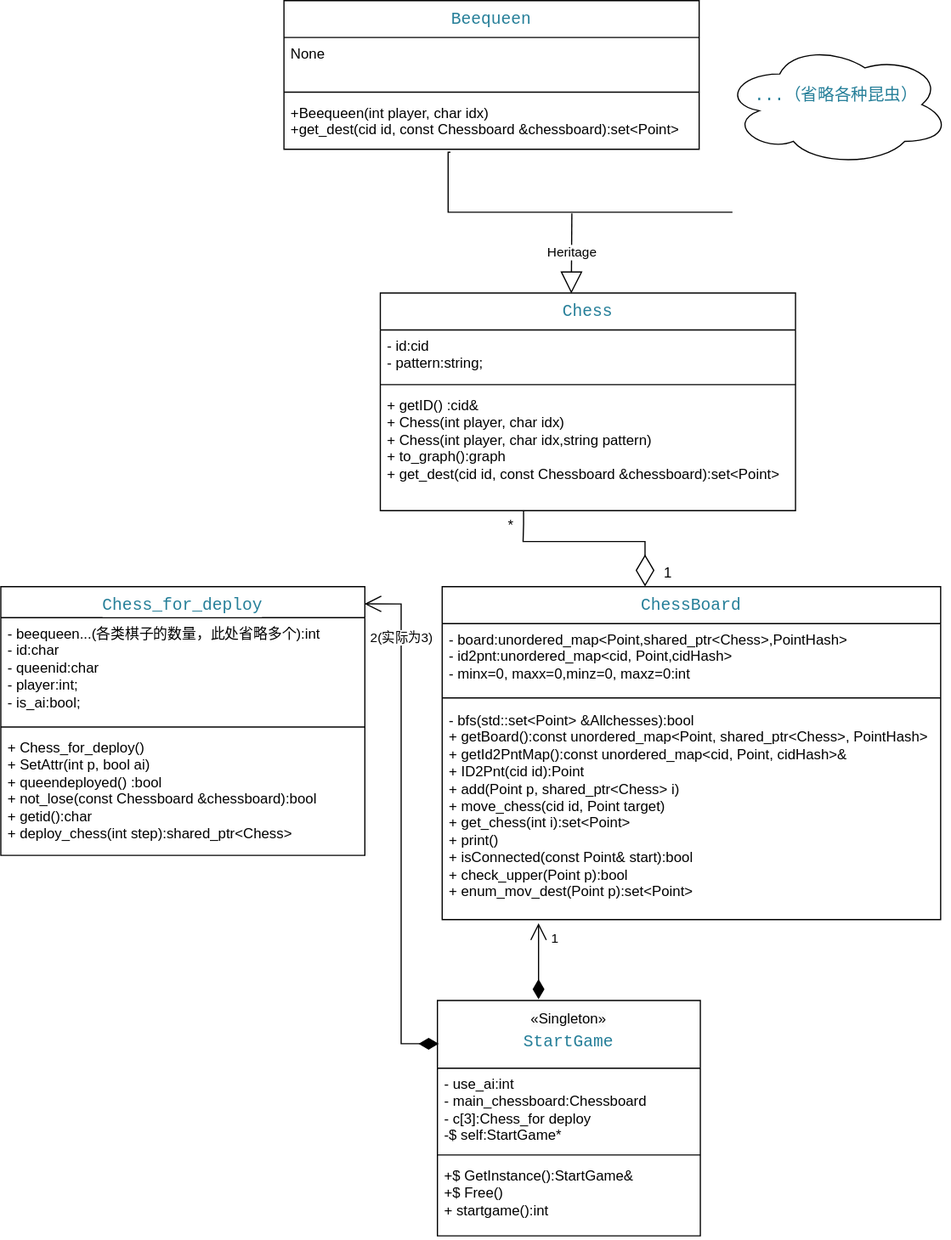
Earlier version of the draw.io export UML.svg (LO02-1112/hivegame). Source tidied: cells renumbered, new cells last; positions are measured from the earlier drawing's top-left corner, leaving out a move shared by most shapes. The source it was exported from:
```xml
<mxGraphModel>
  <root>
    <mxCell id="0" />
    <mxCell id="1" parent="0" />
    <mxCell id="2" value="&lt;div style=&quot;color: #3b3b3b;background-color: #ffffff;font-family: Consolas, 'Courier New', monospace;font-weight: normal;font-size: 14px;line-height: 19px;white-space: pre;&quot;&gt;&lt;span style=&quot;color: rgb(0, 0, 0); font-family: Helvetica; font-size: 12px; white-space: normal; background-color: rgb(251, 251, 251);&quot;&gt;«Singleton»&lt;/span&gt;&lt;span style=&quot;color: #267f99;&quot;&gt;&lt;br&gt;&lt;/span&gt;&lt;/div&gt;&lt;div style=&quot;color: #3b3b3b;background-color: #ffffff;font-family: Consolas, 'Courier New', monospace;font-weight: normal;font-size: 14px;line-height: 19px;white-space: pre;&quot;&gt;&lt;span style=&quot;color: #267f99;&quot;&gt;StartGame&lt;/span&gt;&lt;/div&gt;" style="swimlane;fontStyle=1;align=center;verticalAlign=top;horizontal=1;startSize=57;whiteSpace=wrap;html=1;swimlaneFillColor=none;" parent="1" vertex="1">
      <mxGeometry x="367" y="841" width="221" height="198" as="geometry" />
    </mxCell>
    <mxCell id="3" value="-&amp;nbsp;use_ai:int&lt;div&gt;- main_chessboard:Chessboard&lt;/div&gt;&lt;div&gt;- c[3]:Chess_for deploy&lt;/div&gt;&lt;div&gt;-$ self:StartGame*&lt;/div&gt;" style="text;strokeColor=none;fillColor=none;align=left;verticalAlign=top;spacingLeft=4;spacingRight=4;overflow=hidden;html=1;whiteSpace=wrap;" parent="2" vertex="1">
      <mxGeometry y="57" width="221" height="69" as="geometry" />
    </mxCell>
    <mxCell id="4" style="line;strokeWidth=1;fillColor=none;align=left;verticalAlign=middle;spacingTop=-1;spacingLeft=3;spacingRight=3;labelPosition=right;strokeColor=inherit;" parent="2" vertex="1">
      <mxGeometry y="126" width="221" height="8" as="geometry" />
    </mxCell>
    <mxCell id="5" value="&lt;div&gt;+$ GetInstance():&lt;span style=&quot;background-color: initial;&quot;&gt;StartGame&amp;amp;&lt;/span&gt;&lt;/div&gt;&lt;div&gt;+$ Free()&lt;/div&gt;&lt;div&gt;&lt;span style=&quot;background-color: initial;&quot;&gt;+ startgame():int&lt;/span&gt;&lt;/div&gt;" style="text;strokeColor=none;fillColor=none;align=left;verticalAlign=top;spacingLeft=4;spacingRight=4;overflow=hidden;whiteSpace=wrap;html=1;" parent="2" vertex="1">
      <mxGeometry y="134" width="221" height="64" as="geometry" />
    </mxCell>
    <mxCell id="6" value="&lt;div style=&quot;color: #3b3b3b;background-color: #ffffff;font-family: Consolas, 'Courier New', monospace;font-weight: normal;font-size: 14px;line-height: 19px;white-space: pre;&quot;&gt;&lt;span style=&quot;color: #267f99;&quot;&gt;Chess_for_deploy&lt;/span&gt;&lt;/div&gt;" style="swimlane;fontStyle=1;align=center;verticalAlign=top;horizontal=1;startSize=26;whiteSpace=wrap;html=1;" parent="1" vertex="1">
      <mxGeometry y="493" width="306" height="226" as="geometry" />
    </mxCell>
    <mxCell id="7" value="&lt;div&gt;- beequeen...(各类棋子的数量，此处省略多个):int&lt;/div&gt;&lt;div&gt;- id:char&lt;/div&gt;&lt;div&gt;- queenid:char&lt;/div&gt;&lt;div&gt;- player:int;&lt;/div&gt;&lt;div&gt;- is_ai:bool;&amp;nbsp;&amp;nbsp;&lt;/div&gt;" style="text;strokeColor=none;fillColor=none;align=left;verticalAlign=top;spacingLeft=4;spacingRight=4;overflow=hidden;whiteSpace=wrap;html=1;" parent="6" vertex="1">
      <mxGeometry y="26" width="306" height="88" as="geometry" />
    </mxCell>
    <mxCell id="8" style="line;strokeWidth=1;fillColor=none;align=left;verticalAlign=middle;spacingTop=-1;spacingLeft=3;spacingRight=3;labelPosition=right;strokeColor=inherit;" parent="6" vertex="1">
      <mxGeometry y="114" width="306" height="8" as="geometry" />
    </mxCell>
    <mxCell id="9" value="&lt;div&gt;+ Chess_for_deploy()&lt;/div&gt;&lt;div&gt;+ SetAttr(int p, bool ai)&lt;/div&gt;&lt;div&gt;+ queendeployed() :bool&lt;/div&gt;&lt;div&gt;+ not_lose(const Chessboard &amp;amp;chessboard):bool&lt;/div&gt;&lt;div&gt;+ getid():char&lt;/div&gt;&lt;div&gt;+ deploy_chess(int step):&lt;span style=&quot;background-color: initial;&quot;&gt;shared_ptr&amp;lt;Chess&amp;gt;&lt;/span&gt;&lt;/div&gt;" style="text;strokeColor=none;fillColor=none;align=left;verticalAlign=top;spacingLeft=4;spacingRight=4;overflow=hidden;whiteSpace=wrap;html=1;" parent="6" vertex="1">
      <mxGeometry y="122" width="306" height="104" as="geometry" />
    </mxCell>
    <mxCell id="10" value="2(实际为3)" style="endArrow=open;html=1;endSize=12;startArrow=diamondThin;startSize=14;startFill=1;edgeStyle=orthogonalEdgeStyle;align=left;verticalAlign=bottom;rounded=0;exitX=0.005;exitY=0.184;exitDx=0;exitDy=0;exitPerimeter=0;entryX=0.999;entryY=0.064;entryDx=0;entryDy=0;entryPerimeter=0;" parent="1" edge="1" source="2" target="6">
      <mxGeometry x="0.68" y="28" relative="1" as="geometry" />
    </mxCell>
    <mxCell id="11" value="&lt;div style=&quot;color: #3b3b3b;background-color: #ffffff;font-family: Consolas, 'Courier New', monospace;font-weight: normal;font-size: 14px;line-height: 19px;white-space: pre;&quot;&gt;&lt;span style=&quot;color: #267f99;&quot;&gt;Chess&lt;/span&gt;&lt;/div&gt;" style="swimlane;fontStyle=1;align=center;verticalAlign=top;horizontal=1;startSize=31;whiteSpace=wrap;html=1;" parent="1" vertex="1">
      <mxGeometry x="319" y="246" width="349" height="183" as="geometry" />
    </mxCell>
    <mxCell id="12" value="&lt;div&gt;- id:cid&lt;/div&gt;&lt;div&gt;- pattern:string;&lt;/div&gt;" style="text;strokeColor=none;fillColor=none;align=left;verticalAlign=top;spacingLeft=4;spacingRight=4;overflow=hidden;whiteSpace=wrap;html=1;" parent="11" vertex="1">
      <mxGeometry y="31" width="349" height="42" as="geometry" />
    </mxCell>
    <mxCell id="13" style="line;strokeWidth=1;fillColor=none;align=left;verticalAlign=middle;spacingTop=-1;spacingLeft=3;spacingRight=3;labelPosition=right;strokeColor=inherit;" parent="11" vertex="1">
      <mxGeometry y="73" width="349" height="8" as="geometry" />
    </mxCell>
    <mxCell id="14" value="&lt;div&gt;+ getID() :&lt;span style=&quot;background-color: initial;&quot;&gt;cid&amp;amp;&lt;/span&gt;&lt;span style=&quot;background-color: initial;&quot;&gt;&amp;nbsp;&lt;/span&gt;&lt;/div&gt;&lt;div&gt;+ Chess(int player, char idx)&amp;nbsp;&lt;/div&gt;&lt;div&gt;+ Chess(int player, char idx,string pattern)&lt;/div&gt;&lt;div&gt;+ to_graph():graph&lt;/div&gt;&lt;div&gt;+ get_dest(cid id, const Chessboard &amp;amp;chessboard):&lt;span style=&quot;background-color: initial;&quot;&gt;set&amp;lt;Point&amp;gt;&lt;/span&gt;&lt;/div&gt;" style="text;strokeColor=none;fillColor=none;align=left;verticalAlign=top;spacingLeft=4;spacingRight=4;overflow=hidden;points=[[0,0.5],[1,0.5]];portConstraint=eastwest;whiteSpace=wrap;html=1;" parent="11" vertex="1">
      <mxGeometry y="81" width="349" height="102" as="geometry" />
    </mxCell>
    <mxCell id="15" value="&lt;div style=&quot;color: #3b3b3b;background-color: #ffffff;font-family: Consolas, 'Courier New', monospace;font-weight: normal;font-size: 14px;line-height: 19px;white-space: pre;&quot;&gt;&lt;span style=&quot;color: #267f99;&quot;&gt;Beequeen&lt;/span&gt;&lt;/div&gt;" style="swimlane;fontStyle=1;align=center;verticalAlign=top;horizontal=1;startSize=31;whiteSpace=wrap;html=1;" parent="1" vertex="1">
      <mxGeometry x="238" width="349" height="125" as="geometry" />
    </mxCell>
    <mxCell id="16" value="&lt;div&gt;None&lt;/div&gt;" style="text;strokeColor=none;fillColor=none;align=left;verticalAlign=top;spacingLeft=4;spacingRight=4;overflow=hidden;whiteSpace=wrap;html=1;" parent="15" vertex="1">
      <mxGeometry y="31" width="349" height="42" as="geometry" />
    </mxCell>
    <mxCell id="17" style="line;strokeWidth=1;fillColor=none;align=left;verticalAlign=middle;spacingTop=-1;spacingLeft=3;spacingRight=3;labelPosition=right;strokeColor=inherit;" parent="15" vertex="1">
      <mxGeometry y="73" width="349" height="8" as="geometry" />
    </mxCell>
    <mxCell id="18" value="&lt;div&gt;+Beequeen(int player, char idx)&amp;nbsp;&lt;/div&gt;&lt;div&gt;+get_dest(cid id, const Chessboard &amp;amp;chessboard):&lt;span style=&quot;background-color: initial;&quot;&gt;set&amp;lt;Point&amp;gt;&lt;/span&gt;&lt;/div&gt;" style="text;strokeColor=none;fillColor=none;align=left;verticalAlign=top;spacingLeft=4;spacingRight=4;overflow=hidden;points=[[0,0.5],[1,0.5]];portConstraint=eastwest;whiteSpace=wrap;html=1;" parent="15" vertex="1">
      <mxGeometry y="81" width="349" height="44" as="geometry" />
    </mxCell>
    <mxCell id="19" value="Heritage" style="endArrow=block;endSize=16;endFill=0;html=1;rounded=0;entryX=0.46;entryY=0.002;entryDx=0;entryDy=0;entryPerimeter=0;" parent="1" edge="1" target="11">
      <mxGeometry relative="1" as="geometry">
        <mxPoint x="480" y="179" as="sourcePoint" />
      </mxGeometry>
    </mxCell>
    <mxCell id="20" style="endArrow=none;html=1;rounded=0;elbow=vertical;edgeStyle=orthogonalEdgeStyle;exitX=0.401;exitY=1.057;exitDx=0;exitDy=0;exitPerimeter=0;" parent="1" edge="1" source="18">
      <mxGeometry relative="1" as="geometry">
        <mxPoint x="615" y="178" as="targetPoint" />
        <Array as="points">
          <mxPoint x="376" y="128" />
          <mxPoint x="376" y="178" />
          <mxPoint x="426" y="178" />
        </Array>
      </mxGeometry>
    </mxCell>
    <mxCell id="21" value="&#10;&lt;span style=&quot;color: rgb(38, 127, 153); font-family: Consolas, &amp;quot;Courier New&amp;quot;, monospace; font-size: 14px; font-style: normal; font-variant-ligatures: normal; font-variant-caps: normal; font-weight: 400; letter-spacing: normal; orphans: 2; text-align: center; text-indent: 0px; text-transform: none; widows: 2; word-spacing: 0px; -webkit-text-stroke-width: 0px; white-space: pre; background-color: rgb(255, 255, 255); text-decoration-thickness: initial; text-decoration-style: initial; text-decoration-color: initial; display: inline !important; float: none;&quot;&gt;...（省略各种昆虫）&lt;/span&gt;&#10;&#10;" style="ellipse;shape=cloud;whiteSpace=wrap;html=1;" parent="1" vertex="1">
      <mxGeometry x="607" y="36" width="191" height="103" as="geometry" />
    </mxCell>
    <mxCell id="22" value="&lt;div style=&quot;color: #3b3b3b;background-color: #ffffff;font-family: Consolas, 'Courier New', monospace;font-weight: normal;font-size: 14px;line-height: 19px;white-space: pre;&quot;&gt;&lt;span style=&quot;color: #267f99;&quot;&gt;ChessBoard&lt;/span&gt;&lt;/div&gt;" style="swimlane;fontStyle=1;align=center;verticalAlign=top;horizontal=1;startSize=31;whiteSpace=wrap;html=1;" parent="1" vertex="1">
      <mxGeometry x="371" y="493" width="419" height="280" as="geometry" />
    </mxCell>
    <mxCell id="23" value="&lt;div&gt;- board:&lt;span style=&quot;background-color: initial;&quot;&gt;unordered_map&amp;lt;Point,shared_ptr&amp;lt;Chess&amp;gt;,PointHash&amp;gt;&lt;/span&gt;&lt;span style=&quot;background-color: initial;&quot;&gt;&amp;nbsp;&lt;/span&gt;&lt;/div&gt;&lt;div&gt;- id2pnt:&lt;span style=&quot;background-color: initial;&quot;&gt;unordered_map&amp;lt;cid, Point,cidHash&amp;gt;&lt;/span&gt;&lt;span style=&quot;background-color: initial;&quot;&gt;&amp;nbsp;&lt;/span&gt;&lt;/div&gt;&lt;div&gt;- minx=0, maxx=0,minz=0, maxz=0:int&amp;nbsp;&lt;/div&gt;" style="text;strokeColor=none;fillColor=none;align=left;verticalAlign=top;spacingLeft=4;spacingRight=4;overflow=hidden;whiteSpace=wrap;html=1;" parent="22" vertex="1">
      <mxGeometry y="31" width="419" height="57" as="geometry" />
    </mxCell>
    <mxCell id="24" style="line;strokeWidth=1;fillColor=none;align=left;verticalAlign=middle;spacingTop=-1;spacingLeft=3;spacingRight=3;labelPosition=right;strokeColor=inherit;" parent="22" vertex="1">
      <mxGeometry y="88" width="419" height="11" as="geometry" />
    </mxCell>
    <mxCell id="25" value="&lt;div&gt;- bfs(std::set&amp;lt;Point&amp;gt; &amp;amp;Allchesses):bool&lt;br&gt;&lt;/div&gt;&lt;div&gt;+ getBoard():&lt;span style=&quot;background-color: initial;&quot;&gt;const unordered_map&amp;lt;Point, shared_ptr&amp;lt;Chess&amp;gt;, PointHash&amp;gt;&lt;/span&gt;&lt;/div&gt;&lt;div&gt;+ getId2PntMap():const unordered_map&amp;lt;cid, Point, cidHash&amp;gt;&amp;amp;&lt;/div&gt;&lt;div&gt;+ ID2Pnt(cid id):&lt;span style=&quot;background-color: initial;&quot;&gt;Point&lt;/span&gt;&lt;span style=&quot;background-color: initial;&quot;&gt;&amp;nbsp;&lt;/span&gt;&lt;/div&gt;&lt;div&gt;&lt;span style=&quot;background-color: initial;&quot;&gt;+ add(Point p, shared_ptr&amp;lt;Chess&amp;gt; i)&lt;/span&gt;&lt;br&gt;&lt;/div&gt;&lt;div&gt;+ move_chess(cid id, Point target)&lt;/div&gt;&lt;div&gt;+ get_chess(int i):&lt;span style=&quot;background-color: initial;&quot;&gt;set&amp;lt;Point&amp;gt;&lt;/span&gt;&lt;span style=&quot;background-color: initial;&quot;&gt;&amp;nbsp;&lt;/span&gt;&lt;/div&gt;&lt;div&gt;+ print()&lt;/div&gt;&lt;div&gt;+ isConnected(const Point&amp;amp; start):bool&lt;/div&gt;&lt;div&gt;+ check_upper(Point p):bool&lt;/div&gt;&lt;div&gt;&lt;span style=&quot;background-color: initial;&quot;&gt;+ enum_mov_dest(Point p):&lt;/span&gt;&lt;span style=&quot;background-color: initial;&quot;&gt;set&amp;lt;Point&amp;gt;&lt;/span&gt;&lt;/div&gt;" style="text;strokeColor=none;fillColor=none;align=left;verticalAlign=top;spacingLeft=4;spacingRight=4;overflow=hidden;whiteSpace=wrap;html=1;" parent="22" vertex="1">
      <mxGeometry y="99" width="419" height="181" as="geometry" />
    </mxCell>
    <mxCell id="26" style="endArrow=diamondThin;endFill=0;endSize=24;html=1;rounded=0;elbow=vertical;entryX=0.407;entryY=-0.001;entryDx=0;entryDy=0;entryPerimeter=0;edgeStyle=orthogonalEdgeStyle;exitX=0.345;exitY=1.002;exitDx=0;exitDy=0;exitPerimeter=0;" parent="1" edge="1" source="14" target="22">
      <mxGeometry relative="1" as="geometry">
        <Array as="points">
          <mxPoint x="439" y="440" />
          <mxPoint x="439" y="455" />
          <mxPoint x="536" y="455" />
        </Array>
      </mxGeometry>
    </mxCell>
    <mxCell id="27" value="1" style="endArrow=open;html=1;endSize=12;startArrow=diamondThin;startSize=14;startFill=1;edgeStyle=orthogonalEdgeStyle;align=left;verticalAlign=bottom;rounded=0;elbow=vertical;" parent="1" edge="1">
      <mxGeometry x="0.31" y="-9" relative="1" as="geometry">
        <mxPoint x="452" y="840" as="sourcePoint" />
        <mxPoint x="452" y="776" as="targetPoint" />
      </mxGeometry>
    </mxCell>
    <mxCell id="28" value="*" style="text;strokeColor=none;align=center;fillColor=none;html=1;verticalAlign=middle;whiteSpace=wrap;rounded=0;" parent="1" vertex="1">
      <mxGeometry x="414" y="433" width="30" height="18" as="geometry" />
    </mxCell>
    <mxCell id="29" value="1" style="text;strokeColor=none;align=center;fillColor=none;html=1;verticalAlign=middle;whiteSpace=wrap;rounded=0;" parent="1" vertex="1">
      <mxGeometry x="546" y="473" width="30" height="18" as="geometry" />
    </mxCell>
  </root>
</mxGraphModel>
```
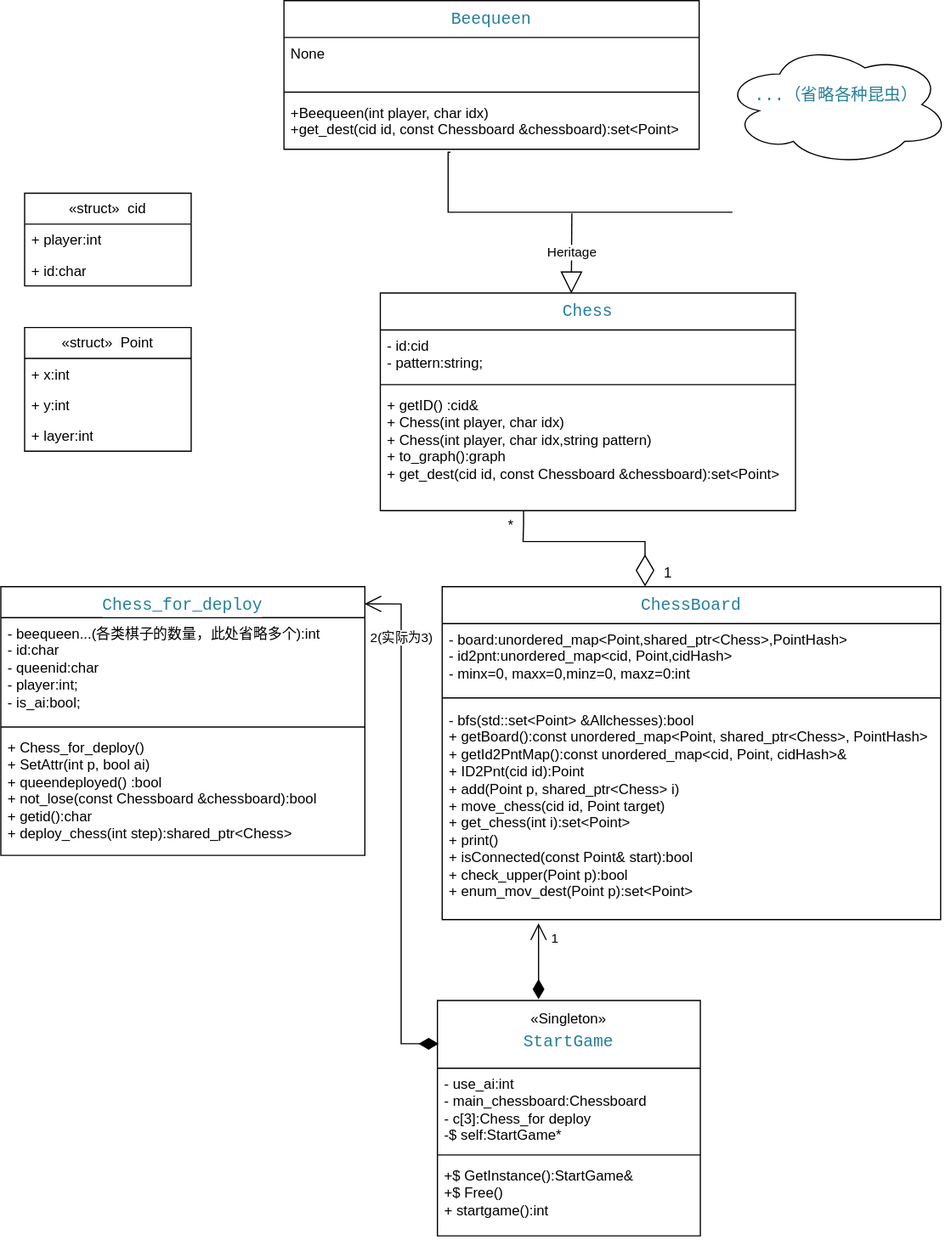
The same diagram one commit later.

What changed in the source:
```diff
@@ -104,5 +104,26 @@
     <mxCell id="29" value="1" style="text;strokeColor=none;align=center;fillColor=none;html=1;verticalAlign=middle;whiteSpace=wrap;rounded=0;" parent="1" vertex="1">
       <mxGeometry x="546" y="473" width="30" height="18" as="geometry" />
     </mxCell>
+    <mxCell id="30" value="«struct»&amp;nbsp; Point" style="swimlane;fontStyle=0;horizontal=1;startSize=26;fillColor=none;whiteSpace=wrap;html=1;" parent="1" vertex="1">
+      <mxGeometry x="20" y="275" width="140" height="104" as="geometry" />
+    </mxCell>
+    <mxCell id="31" value="+ x:int" style="text;strokeColor=none;fillColor=none;align=left;verticalAlign=top;spacingLeft=4;spacingRight=4;overflow=hidden;whiteSpace=wrap;html=1;" parent="30" vertex="1">
+      <mxGeometry y="26" width="140" height="26" as="geometry" />
+    </mxCell>
+    <mxCell id="32" value="+ y:int" style="text;strokeColor=none;fillColor=none;align=left;verticalAlign=top;spacingLeft=4;spacingRight=4;overflow=hidden;whiteSpace=wrap;html=1;" parent="30" vertex="1">
+      <mxGeometry y="52" width="140" height="26" as="geometry" />
+    </mxCell>
+    <mxCell id="33" value="+ layer:int" style="text;strokeColor=none;fillColor=none;align=left;verticalAlign=top;spacingLeft=4;spacingRight=4;overflow=hidden;whiteSpace=wrap;html=1;" parent="30" vertex="1">
+      <mxGeometry y="78" width="140" height="26" as="geometry" />
+    </mxCell>
+    <mxCell id="34" value="«struct»&amp;nbsp; cid" style="swimlane;fontStyle=0;horizontal=1;startSize=26;fillColor=none;whiteSpace=wrap;html=1;" parent="1" vertex="1">
+      <mxGeometry x="20" y="162" width="140" height="78" as="geometry" />
+    </mxCell>
+    <mxCell id="35" value="+ player:int" style="text;strokeColor=none;fillColor=none;align=left;verticalAlign=top;spacingLeft=4;spacingRight=4;overflow=hidden;whiteSpace=wrap;html=1;" parent="34" vertex="1">
+      <mxGeometry y="26" width="140" height="26" as="geometry" />
+    </mxCell>
+    <mxCell id="36" value="+ id:char" style="text;strokeColor=none;fillColor=none;align=left;verticalAlign=top;spacingLeft=4;spacingRight=4;overflow=hidden;whiteSpace=wrap;html=1;" parent="34" vertex="1">
+      <mxGeometry y="52" width="140" height="26" as="geometry" />
+    </mxCell>
   </root>
 </mxGraphModel>
```
